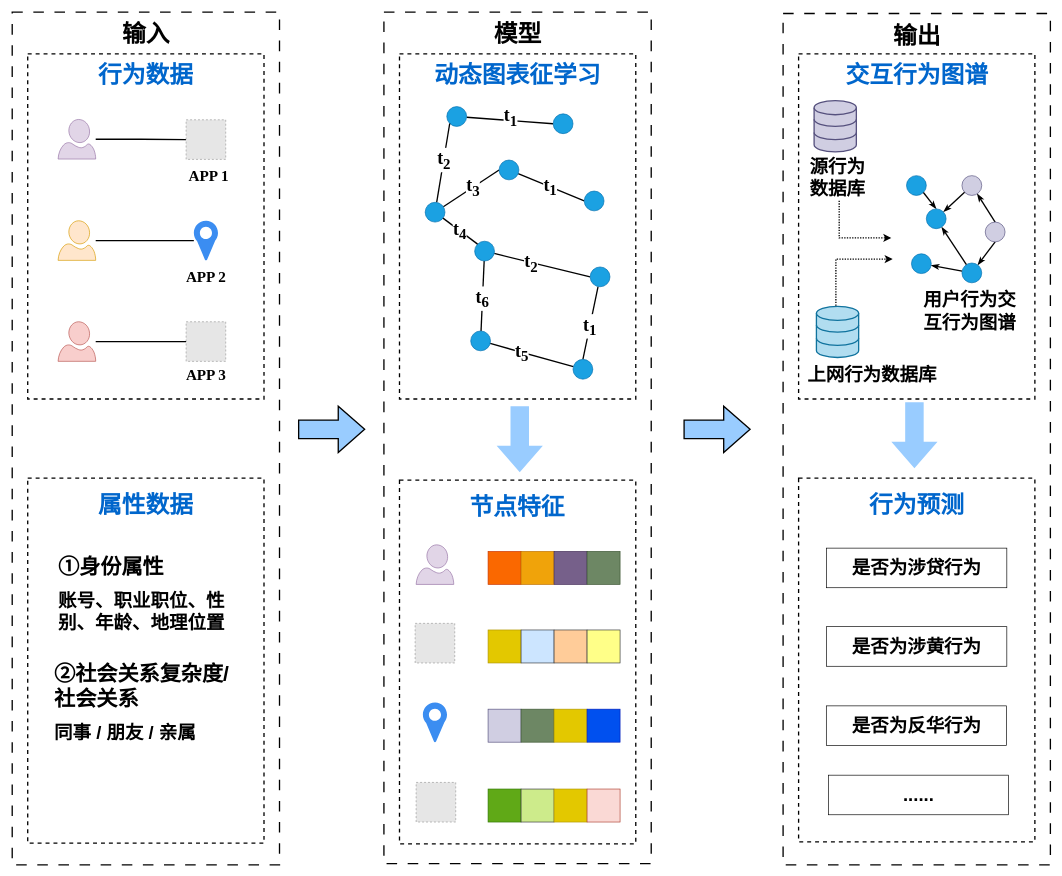
Before: page "第 2 页" (2 of 2) of beijing.drawio in GPlaying/brain_map, a draw.io diagram. Source tidied: cells renumbered, new cells numbered last; positions are measured from the earlier drawing's top-left corner, leaving out a move shared by most shapes. Both pictures are drawn from the tidied source at 66%, with x=0, y=0 at pixel (12, 12). Pictures stored in the file or linked from it are replaced by grey dashed boxes.
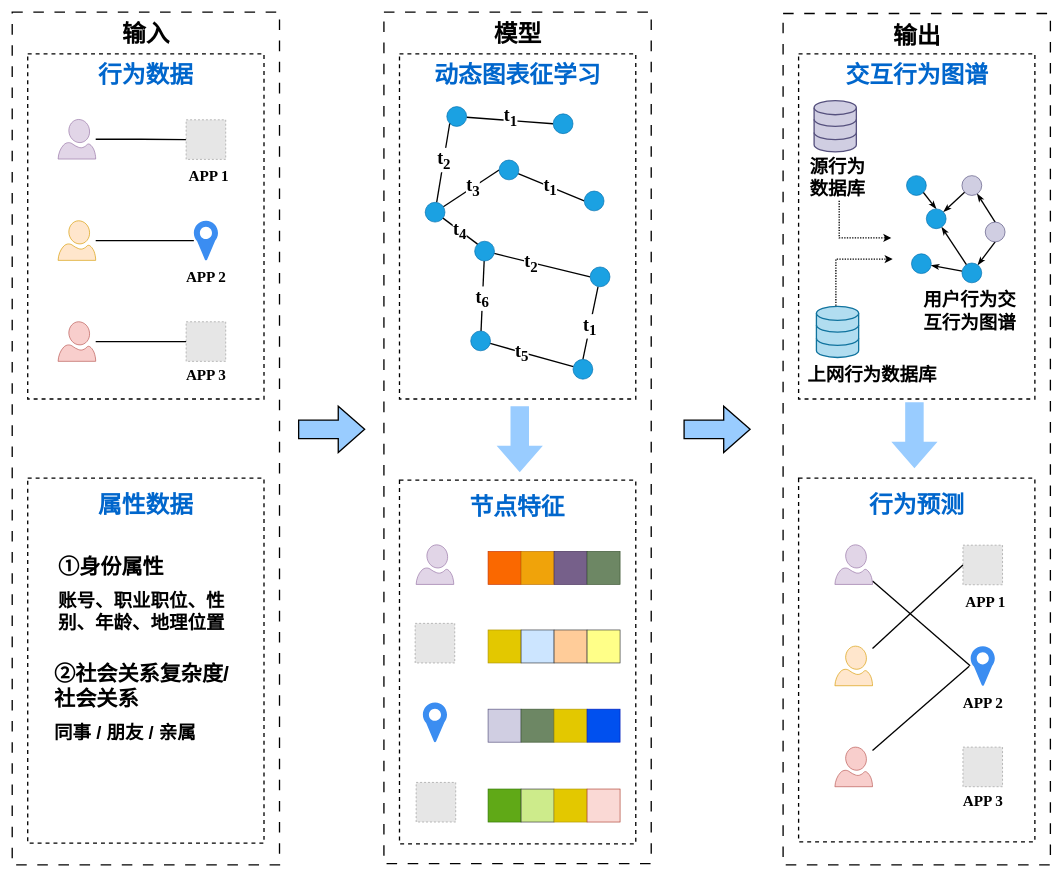
Above is the later version.

What changed in the source:
```diff
@@
-    <mxCell id="100" value="&lt;font style=&quot;font-size: 28px;&quot; face=&quot;仿宋&quot;&gt;&lt;b&gt;是否为涉贷行为&lt;/b&gt;&lt;/font&gt;" style="rounded=0;whiteSpace=wrap;html=1;fontFamily=Helvetica;fontSize=11;fontColor=default;labelBackgroundColor=default;" parent="1" vertex="1">
-      <mxGeometry x="1234" y="812" width="273" height="60" as="geometry" />
-    </mxCell>
-    <mxCell id="101" value="&lt;font style=&quot;font-size: 28px;&quot; face=&quot;仿宋&quot;&gt;&lt;b&gt;是否为涉黄行为&lt;/b&gt;&lt;/font&gt;" style="rounded=0;whiteSpace=wrap;html=1;fontFamily=Helvetica;fontSize=11;fontColor=default;labelBackgroundColor=default;" parent="1" vertex="1">
-      <mxGeometry x="1234" y="931" width="273" height="60" as="geometry" />
-    </mxCell>
-    <mxCell id="102" value="&lt;font style=&quot;font-size: 28px;&quot; face=&quot;仿宋&quot;&gt;&lt;b&gt;是否为反华行为&lt;/b&gt;&lt;/font&gt;" style="rounded=0;whiteSpace=wrap;html=1;fontFamily=Helvetica;fontSize=11;fontColor=default;labelBackgroundColor=default;" parent="1" vertex="1">
-      <mxGeometry x="1233.5" y="1051" width="273" height="60" as="geometry" />
-    </mxCell>
-    <mxCell id="103" value="&lt;font style=&quot;font-size: 28px;&quot; face=&quot;仿宋&quot;&gt;&lt;b&gt;......&lt;/b&gt;&lt;/font&gt;" style="rounded=0;whiteSpace=wrap;html=1;fontFamily=Helvetica;fontSize=11;fontColor=default;labelBackgroundColor=default;" parent="1" vertex="1">
-      <mxGeometry x="1236.7" y="1156" width="273" height="60" as="geometry" />
-    </mxCell>
@@
+    <mxCell id="108" style="rounded=0;jettySize=auto;html=1;entryX=-0.021;entryY=0.498;entryDx=0;entryDy=0;strokeWidth=2;endArrow=none;endFill=0;entryPerimeter=0;" parent="1" edge="1" source="109" target="111">
+      <mxGeometry relative="1" as="geometry" />
+    </mxCell>
+    <mxCell id="109" style="verticalLabelPosition=bottom;html=1;verticalAlign=top;align=center;strokeColor=#9673a6;fillColor=#e1d5e7;shape=mxgraph.azure.user;" parent="1" vertex="1">
+      <mxGeometry x="1246.5" y="807" width="57" height="60" as="geometry" />
+    </mxCell>
+    <mxCell id="110" style="fillColor=#E6E6E6;strokeColor=#999999;dashed=1;html=1;verticalAlign=top;verticalLabelPosition=bottom;labelBackgroundColor=#ffffff;" parent="1" vertex="1">
+      <mxGeometry x="1440.5" y="807.5" width="60" height="60" as="geometry" />
+    </mxCell>
+    <mxCell id="111" style="sketch=0;html=1;strokeColor=none;shadow=0;fillColor=#3B8DF1;verticalAlign=top;labelPosition=center;verticalLabelPosition=bottom;shape=mxgraph.gcp2.maps_api;" parent="1" vertex="1">
+      <mxGeometry x="1452.2" y="960.5" width="36.6" height="60" as="geometry" />
+    </mxCell>
+    <mxCell id="112" style="fillColor=#E6E6E6;strokeColor=#999999;dashed=1;html=1;verticalAlign=top;verticalLabelPosition=bottom;labelBackgroundColor=#ffffff;" parent="1" vertex="1">
+      <mxGeometry x="1440.5" y="1113.5" width="60" height="60" as="geometry" />
+    </mxCell>
+    <mxCell id="113" style="shape=connector;rounded=0;jettySize=auto;html=1;strokeColor=default;strokeWidth=2;align=center;verticalAlign=middle;fontFamily=Helvetica;fontSize=11;fontColor=default;labelBackgroundColor=default;endArrow=none;endFill=0;entryX=0;entryY=0.5;entryDx=0;entryDy=0;" parent="1" edge="1" source="114" target="110">
+      <mxGeometry relative="1" as="geometry" />
+    </mxCell>
+    <mxCell id="114" style="verticalLabelPosition=bottom;html=1;verticalAlign=top;align=center;strokeColor=#d79b00;fillColor=#ffe6cc;shape=mxgraph.azure.user;" parent="1" vertex="1">
+      <mxGeometry x="1246.5" y="960.5" width="57" height="60" as="geometry" />
+    </mxCell>
+    <mxCell id="115" style="shape=connector;rounded=0;jettySize=auto;html=1;strokeColor=default;strokeWidth=2;align=center;verticalAlign=middle;fontFamily=Helvetica;fontSize=11;fontColor=default;labelBackgroundColor=default;endArrow=none;endFill=0;" parent="1" edge="1" source="116">
+      <mxGeometry relative="1" as="geometry">
+        <mxPoint x="1450" y="991" as="targetPoint" />
+      </mxGeometry>
+    </mxCell>
+    <mxCell id="116" style="verticalLabelPosition=bottom;html=1;verticalAlign=top;align=center;strokeColor=#b85450;fillColor=#f8cecc;shape=mxgraph.azure.user;" parent="1" vertex="1">
+      <mxGeometry x="1246.5" y="1113.5" width="57" height="60" as="geometry" />
+    </mxCell>
+    <mxCell id="117" value="&lt;font size=&quot;1&quot; face=&quot;Times New Roman&quot;&gt;&lt;b style=&quot;font-size: 23px;&quot;&gt;APP 1&lt;/b&gt;&lt;/font&gt;" style="text;html=1;align=center;verticalAlign=middle;whiteSpace=wrap;rounded=0;fontFamily=Helvetica;fontSize=11;fontColor=default;labelBackgroundColor=default;" parent="1" vertex="1">
+      <mxGeometry x="1440.5" y="877.5" width="68" height="30" as="geometry" />
+    </mxCell>
+    <mxCell id="118" value="&lt;font size=&quot;1&quot; face=&quot;Times New Roman&quot;&gt;&lt;b style=&quot;font-size: 23px;&quot;&gt;APP 2&lt;/b&gt;&lt;/font&gt;" style="text;html=1;align=center;verticalAlign=middle;whiteSpace=wrap;rounded=0;fontFamily=Helvetica;fontSize=11;fontColor=default;labelBackgroundColor=default;" parent="1" vertex="1">
+      <mxGeometry x="1436.5" y="1031.5" width="68" height="30" as="geometry" />
+    </mxCell>
+    <mxCell id="119" value="&lt;font size=&quot;1&quot; face=&quot;Times New Roman&quot;&gt;&lt;b style=&quot;font-size: 23px;&quot;&gt;APP 3&lt;/b&gt;&lt;/font&gt;" style="text;html=1;align=center;verticalAlign=middle;whiteSpace=wrap;rounded=0;fontFamily=Helvetica;fontSize=11;fontColor=default;labelBackgroundColor=default;" parent="1" vertex="1">
+      <mxGeometry x="1436.5" y="1179.5" width="68" height="30" as="geometry" />
+    </mxCell>
```
